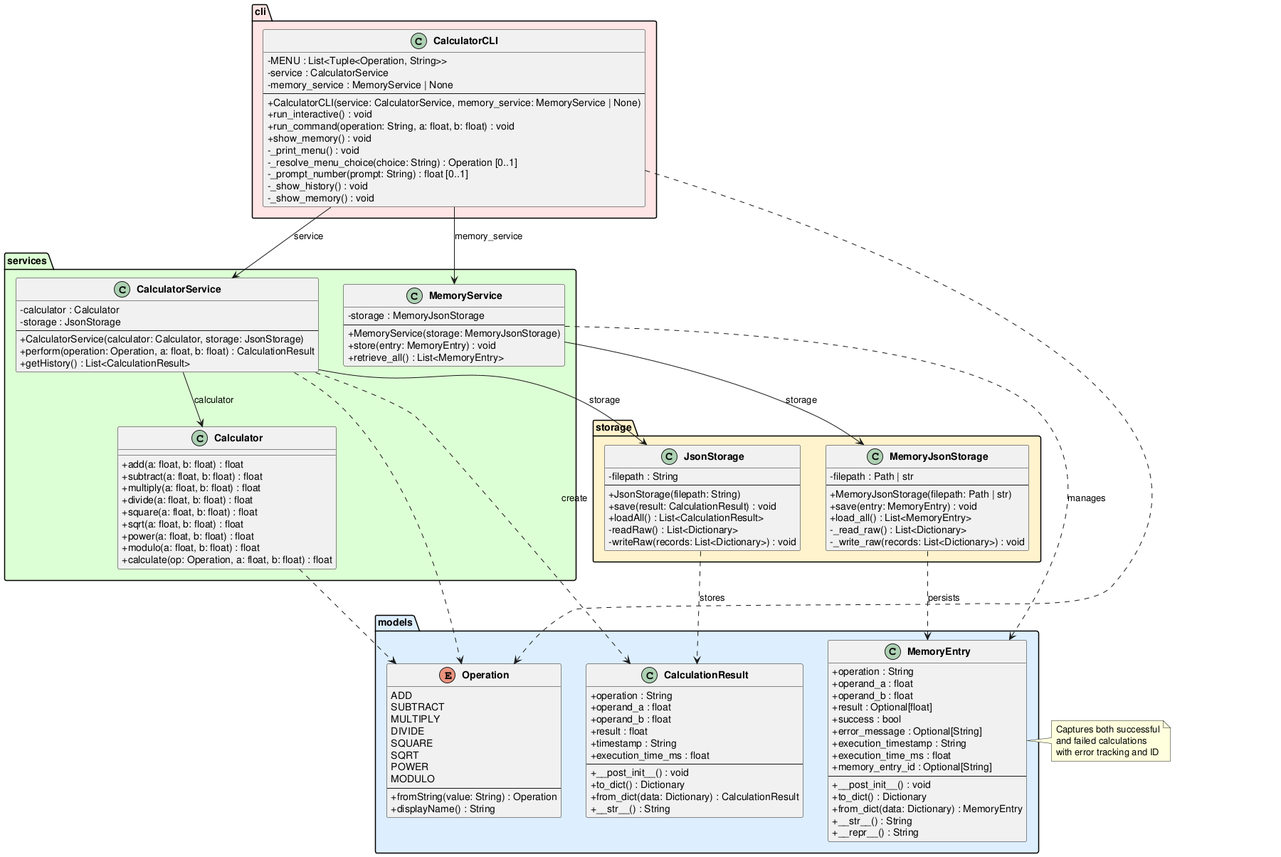
The PlantUML diagram experiments/pipeline/structured_text/calculator/artifacts/class_diagram.png in DanielRiha8906/Software_autoevolution_using_agents, before a commit.
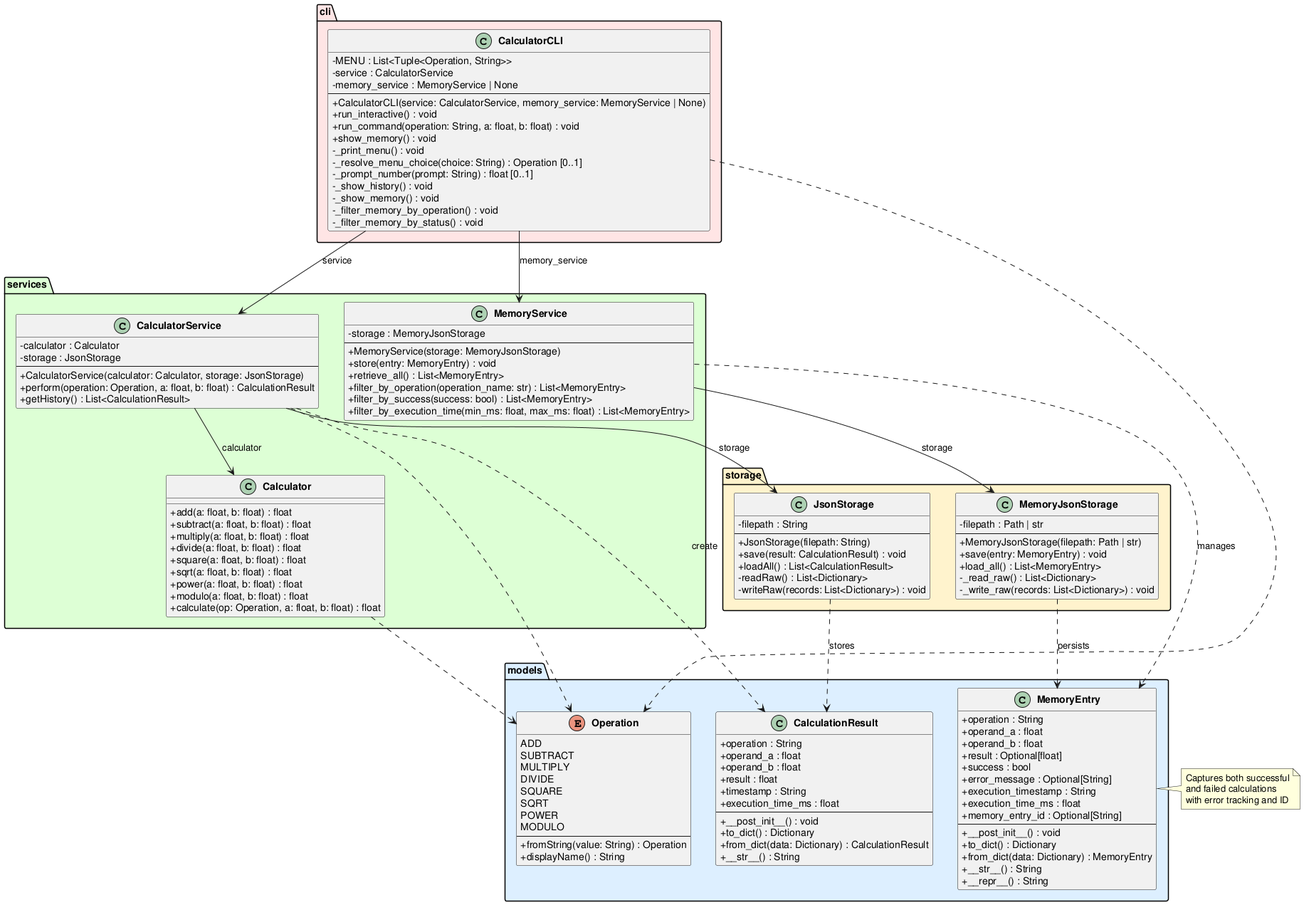
After the commit.

Change to the diagram source:
```diff
@@ -79,6 +79,9 @@
         +MemoryService(storage: MemoryJsonStorage)
         +store(entry: MemoryEntry) : void
         +retrieve_all() : List<MemoryEntry>
+        +filter_by_operation(operation_name: str) : List<MemoryEntry>
+        +filter_by_success(success: bool) : List<MemoryEntry>
+        +filter_by_execution_time(min_ms: float, max_ms: float) : List<MemoryEntry>
     }
 }
 
@@ -119,6 +122,8 @@
         -_prompt_number(prompt: String) : float [0..1]
         -_show_history() : void
         -_show_memory() : void
+        -_filter_memory_by_operation() : void
+        -_filter_memory_by_status() : void
     }
 }
 
```
